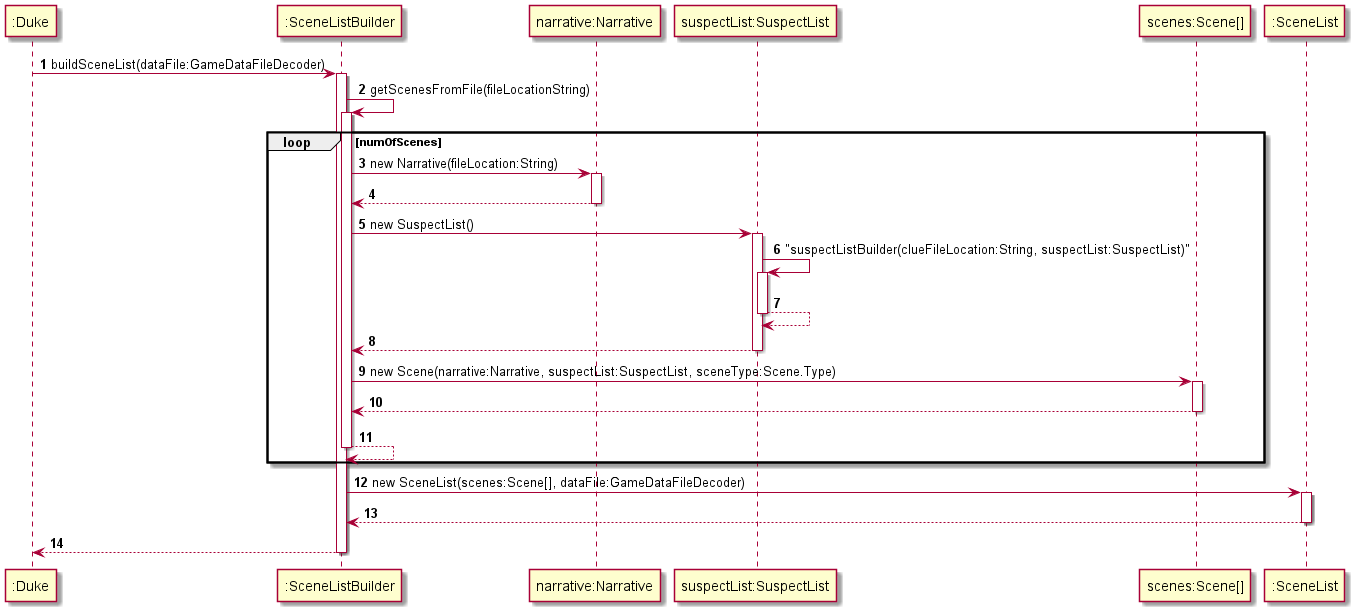
peng-217/tp keeps this PlantUML diagram as docs/Scene.png. Above is the earlier version.
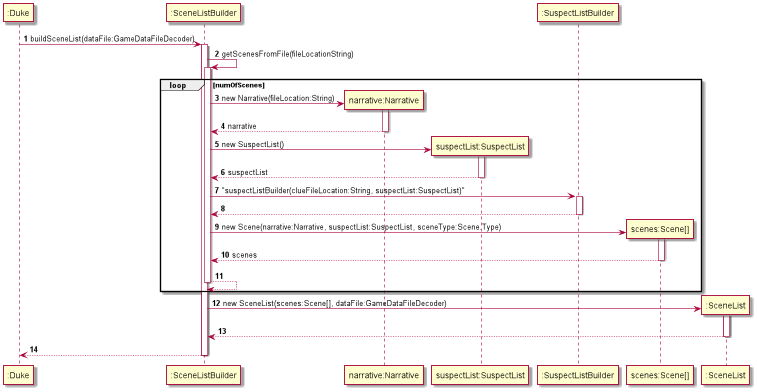
After the change.

Commit message:
Created constructors for Scene and Suspect puml

Diff of the diagram source:
```diff
@@ -6,26 +6,31 @@
 ":SceneListBuilder" -> ":SceneListBuilder": getScenesFromFile(fileLocationString)
 activate ":SceneListBuilder"
 loop numOfScenes
+create "narrative:Narrative"
 ":SceneListBuilder" -> "narrative:Narrative" :new Narrative(fileLocation:String)
 activate "narrative:Narrative"
-"narrative:Narrative" --> ":SceneListBuilder"
+"narrative:Narrative" --> ":SceneListBuilder" :narrative
 deactivate "narrative:Narrative"
+create "suspectList:SuspectList"
 ":SceneListBuilder" -> "suspectList:SuspectList" :new SuspectList()
 activate "suspectList:SuspectList"
-"suspectList:SuspectList" -> "suspectList:SuspectList" :"suspectListBuilder(clueFileLocation:String, suspectList:SuspectList)"
-activate "suspectList:SuspectList"
-"suspectList:SuspectList" --> "suspectList:SuspectList"
+"suspectList:SuspectList" --> ":SceneListBuilder" :suspectList
 deactivate "suspectList:SuspectList"
-"suspectList:SuspectList" --> ":SceneListBuilder"
+":SceneListBuilder" -> ":SuspectListBuilder" :"suspectListBuilder(clueFileLocation:String, suspectList:SuspectList)"
+activate ":SuspectListBuilder"
+":SuspectListBuilder" --> ":SceneListBuilder"
+deactivate ":SuspectListBuilder"
 deactivate "suspectList:SuspectList"
+create "scenes:Scene[]"
 ":SceneListBuilder" -> "scenes:Scene[]" :new Scene(narrative:Narrative, suspectList:SuspectList, sceneType:Scene.Type)
 activate "scenes:Scene[]"
-"scenes:Scene[]" --> ":SceneListBuilder"
+"scenes:Scene[]" --> ":SceneListBuilder" :scenes
 deactivate "scenes:Scene[]"
 ":SceneListBuilder" --> ":SceneListBuilder"
 deactivate ":SceneListBuilder"
 end
 deactivate "scenes:Scene[]"
+create ":SceneList"
 ":SceneListBuilder" -> ":SceneList" :new SceneList(scenes:Scene[], dataFile:GameDataFileDecoder)
 activate ":SceneList"
 ":SceneList" --> ":SceneListBuilder"
```
